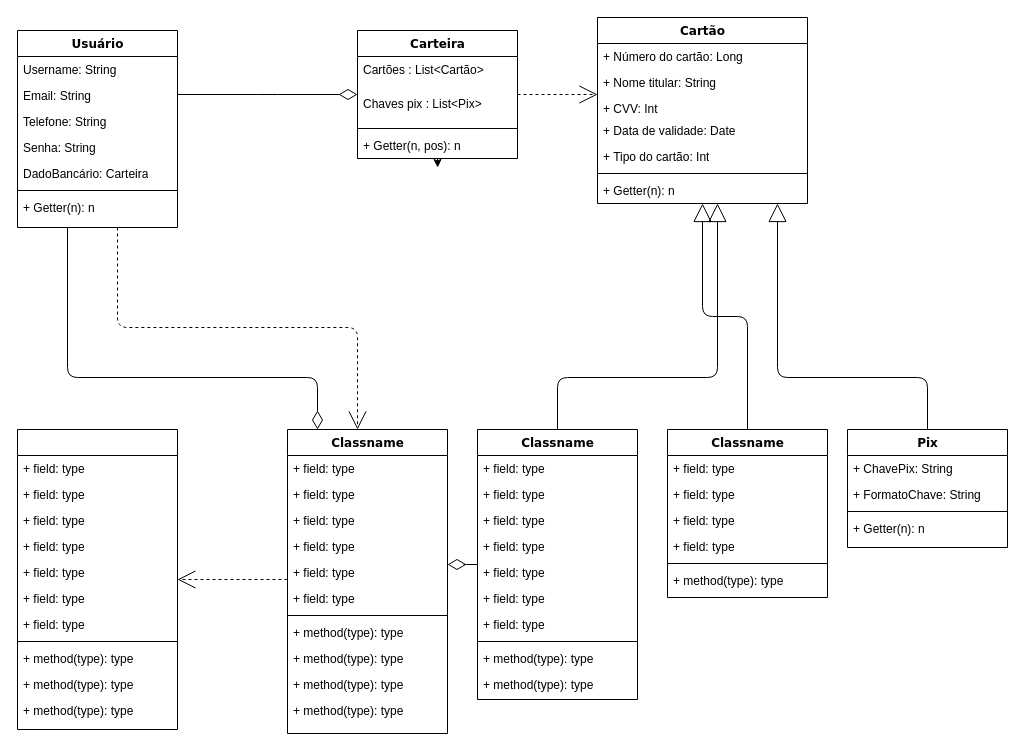
Earlier version of the draw.io diagram Tickets System.drawio (gomesyurii/Evolucao-de-software). Source tidied: cells renumbered, new cells numbered last; positions are measured from the earlier drawing's top-left corner, leaving out a move shared by most shapes. Both pictures are drawn from the tidied source at 100%, with x=0, y=0 at pixel (17, 17).
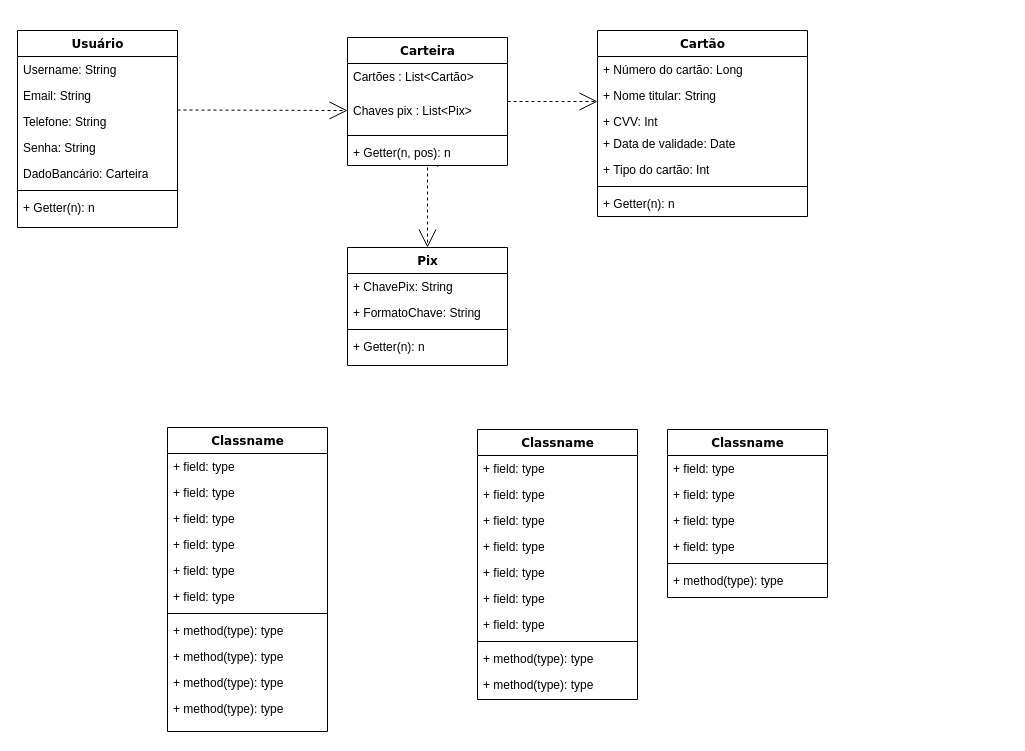
Above is the later version.

Unchanged cells that the change refers to:
```xml
<mxCell id="4" value="Usuário" style="swimlane;html=1;fontStyle=1;align=center;verticalAlign=top;horizontal=1;startSize=26;swimlaneFillColor=#ffffff;rounded=0;shadow=0;comic=0;labelBackgroundColor=none;strokeWidth=1;fillColor=none;fontFamily=Verdana;fontSize=12;" parent="1" vertex="1">
  <mxGeometry y="13" width="160" height="197" as="geometry" />
</mxCell>
<mxCell id="18" value="+ Getter(n, pos): n" style="text;html=1;strokeColor=none;fillColor=none;align=left;verticalAlign=top;spacingLeft=4;spacingRight=4;whiteSpace=wrap;overflow=hidden;points=[[0,0.5],[1,0.5]];portConstraint=eastwest;" parent="14" vertex="1">
  <mxGeometry y="102" width="160" height="26" as="geometry" />
</mxCell>
<mxCell id="54" value="Classname" style="swimlane;html=1;fontStyle=1;align=center;verticalAlign=top;horizontal=1;startSize=26;swimlaneFillColor=#ffffff;rounded=0;shadow=0;comic=0;labelBackgroundColor=none;strokeWidth=1;fillColor=none;fontFamily=Verdana;fontSize=12;" parent="1" vertex="1">
  <mxGeometry x="460" y="412" width="160" height="270" as="geometry" />
</mxCell>
<mxCell id="66" value="Classname" style="swimlane;html=1;fontStyle=1;align=center;verticalAlign=top;horizontal=1;startSize=26;swimlaneFillColor=#ffffff;rounded=0;shadow=0;comic=0;labelBackgroundColor=none;strokeWidth=1;fillColor=none;fontFamily=Verdana;fontSize=12;" parent="1" vertex="1">
  <mxGeometry x="650" y="412" width="160" height="168" as="geometry" />
</mxCell>
```

Change to the diagram source:
```diff
@@
-    <mxCell id="2" style="edgeStyle=orthogonalEdgeStyle;html=1;labelBackgroundColor=none;startFill=0;startSize=8;endArrow=open;endFill=0;endSize=16;fontFamily=Verdana;fontSize=12;dashed=1;" parent="1" edge="1" source="4" target="41">
-      <mxGeometry relative="1" as="geometry">
-        <Array as="points">
-          <mxPoint x="100" y="310" />
-          <mxPoint x="340" y="310" />
-        </Array>
-      </mxGeometry>
-    </mxCell>
-    <mxCell id="3" style="edgeStyle=orthogonalEdgeStyle;html=1;labelBackgroundColor=none;startFill=0;startSize=8;endArrow=diamondThin;endFill=0;endSize=16;fontFamily=Verdana;fontSize=12;" parent="1" edge="1" source="4" target="41">
-      <mxGeometry relative="1" as="geometry">
-        <Array as="points">
-          <mxPoint x="50" y="360" />
-          <mxPoint x="300" y="360" />
-        </Array>
-      </mxGeometry>
-    </mxCell>
@@
     <mxCell id="14" value="Carteira" style="swimlane;html=1;fontStyle=1;align=center;verticalAlign=top;horizontal=1;startSize=26;swimlaneFillColor=#ffffff;rounded=0;shadow=0;comic=0;labelBackgroundColor=none;strokeWidth=1;fillColor=none;fontFamily=Verdana;fontSize=12;" parent="1" vertex="1">
-      <mxGeometry x="340" y="13" width="160" height="128" as="geometry" />
+      <mxGeometry x="330" y="20" width="160" height="128" as="geometry" />
     </mxCell>
@@
     <mxCell id="19" value="Cartão" style="swimlane;html=1;fontStyle=1;align=center;verticalAlign=top;horizontal=1;startSize=26;swimlaneFillColor=#ffffff;rounded=0;shadow=0;comic=0;labelBackgroundColor=none;strokeWidth=1;fillColor=none;fontFamily=Verdana;fontSize=12;" parent="1" vertex="1">
-      <mxGeometry x="580" width="210" height="186" as="geometry" />
+      <mxGeometry x="580" y="13" width="210" height="186" as="geometry" />
     </mxCell>
@@
-    <mxCell id="27" style="edgeStyle=elbowEdgeStyle;html=1;labelBackgroundColor=none;startFill=0;startSize=8;endArrow=open;endFill=0;endSize=16;fontFamily=Verdana;fontSize=12;elbow=vertical;dashed=1;" parent="1" edge="1" source="41" target="28">
-      <mxGeometry relative="1" as="geometry" />
-    </mxCell>
-    <mxCell id="28" style="swimlane;html=1;fontStyle=1;align=center;verticalAlign=top;horizontal=1;startSize=26;swimlaneFillColor=#ffffff;rounded=0;shadow=0;comic=0;labelBackgroundColor=none;strokeWidth=1;fillColor=none;fontFamily=Verdana;fontSize=12;" parent="1" vertex="1">
-      <mxGeometry y="412" width="160" height="300" as="geometry" />
-    </mxCell>
-    <mxCell id="29" value="+ field: type" style="text;html=1;strokeColor=none;fillColor=none;align=left;verticalAlign=top;spacingLeft=4;spacingRight=4;whiteSpace=wrap;overflow=hidden;" parent="28" vertex="1">
-      <mxGeometry y="26" width="160" height="26" as="geometry" />
-    </mxCell>
-    <mxCell id="30" value="+ field: type" style="text;html=1;strokeColor=none;fillColor=none;align=left;verticalAlign=top;spacingLeft=4;spacingRight=4;whiteSpace=wrap;overflow=hidden;" parent="28" vertex="1">
-      <mxGeometry y="52" width="160" height="26" as="geometry" />
-    </mxCell>
-    <mxCell id="31" value="+ field: type" style="text;html=1;strokeColor=none;fillColor=none;align=left;verticalAlign=top;spacingLeft=4;spacingRight=4;whiteSpace=wrap;overflow=hidden;" parent="28" vertex="1">
-      <mxGeometry y="78" width="160" height="26" as="geometry" />
-    </mxCell>
-    <mxCell id="32" value="+ field: type" style="text;html=1;strokeColor=none;fillColor=none;align=left;verticalAlign=top;spacingLeft=4;spacingRight=4;whiteSpace=wrap;overflow=hidden;" parent="28" vertex="1">
-      <mxGeometry y="104" width="160" height="26" as="geometry" />
-    </mxCell>
-    <mxCell id="33" value="+ field: type" style="text;html=1;strokeColor=none;fillColor=none;align=left;verticalAlign=top;spacingLeft=4;spacingRight=4;whiteSpace=wrap;overflow=hidden;" parent="28" vertex="1">
-      <mxGeometry y="130" width="160" height="26" as="geometry" />
-    </mxCell>
-    <mxCell id="34" value="+ field: type" style="text;html=1;strokeColor=none;fillColor=none;align=left;verticalAlign=top;spacingLeft=4;spacingRight=4;whiteSpace=wrap;overflow=hidden;" parent="28" vertex="1">
-      <mxGeometry y="156" width="160" height="26" as="geometry" />
-    </mxCell>
-    <mxCell id="35" value="+ field: type" style="text;html=1;strokeColor=none;fillColor=none;align=left;verticalAlign=top;spacingLeft=4;spacingRight=4;whiteSpace=wrap;overflow=hidden;" parent="28" vertex="1">
-      <mxGeometry y="182" width="160" height="26" as="geometry" />
-    </mxCell>
-    <mxCell id="36" style="line;html=1;strokeWidth=1;fillColor=none;align=left;verticalAlign=middle;spacingTop=-1;spacingLeft=3;spacingRight=3;labelPosition=right;" parent="28" vertex="1">
-      <mxGeometry y="208" width="160" height="8" as="geometry" />
-    </mxCell>
-    <mxCell id="37" value="+ method(type): type" style="text;html=1;strokeColor=none;fillColor=none;align=left;verticalAlign=top;spacingLeft=4;spacingRight=4;whiteSpace=wrap;overflow=hidden;" parent="28" vertex="1">
-      <mxGeometry y="216" width="160" height="26" as="geometry" />
-    </mxCell>
-    <mxCell id="38" value="+ method(type): type" style="text;html=1;strokeColor=none;fillColor=none;align=left;verticalAlign=top;spacingLeft=4;spacingRight=4;whiteSpace=wrap;overflow=hidden;" parent="28" vertex="1">
-      <mxGeometry y="242" width="160" height="26" as="geometry" />
-    </mxCell>
-    <mxCell id="39" value="+ method(type): type" style="text;html=1;strokeColor=none;fillColor=none;align=left;verticalAlign=top;spacingLeft=4;spacingRight=4;whiteSpace=wrap;overflow=hidden;" parent="28" vertex="1">
-      <mxGeometry y="268" width="160" height="26" as="geometry" />
-    </mxCell>
-    <mxCell id="40" style="edgeStyle=elbowEdgeStyle;html=1;labelBackgroundColor=none;startFill=0;startSize=8;endArrow=diamondThin;endFill=0;endSize=16;fontFamily=Verdana;fontSize=12;elbow=vertical;" parent="1" edge="1" source="54" target="41">
-      <mxGeometry relative="1" as="geometry" />
-    </mxCell>
     <mxCell id="41" value="Classname" style="swimlane;html=1;fontStyle=1;align=center;verticalAlign=top;horizontal=1;startSize=26;swimlaneFillColor=#ffffff;rounded=0;shadow=0;comic=0;labelBackgroundColor=none;strokeWidth=1;fillColor=none;fontFamily=Verdana;fontSize=12;" parent="1" vertex="1">
-      <mxGeometry x="270" y="412" width="160" height="304" as="geometry" />
+      <mxGeometry x="150" y="410" width="160" height="304" as="geometry" />
     </mxCell>
@@
-    <mxCell id="53" style="edgeStyle=orthogonalEdgeStyle;html=1;labelBackgroundColor=none;startFill=0;startSize=8;endArrow=block;endFill=0;endSize=16;fontFamily=Verdana;fontSize=12;" parent="1" edge="1" source="54" target="19">
-      <mxGeometry relative="1" as="geometry">
-        <Array as="points">
-          <mxPoint x="540" y="360" />
-          <mxPoint x="700" y="360" />
-        </Array>
-      </mxGeometry>
-    </mxCell>
@@
-    <mxCell id="65" style="edgeStyle=orthogonalEdgeStyle;html=1;labelBackgroundColor=none;startFill=0;startSize=8;endArrow=block;endFill=0;endSize=16;fontFamily=Verdana;fontSize=12;" parent="1" edge="1" source="66" target="19">
-      <mxGeometry relative="1" as="geometry" />
-    </mxCell>
@@
-    <mxCell id="73" style="edgeStyle=orthogonalEdgeStyle;html=1;labelBackgroundColor=none;startFill=0;startSize=8;endArrow=block;endFill=0;endSize=16;fontFamily=Verdana;fontSize=12;" parent="1" edge="1" source="74" target="19">
-      <mxGeometry relative="1" as="geometry">
-        <Array as="points">
-          <mxPoint x="910" y="360" />
-          <mxPoint x="760" y="360" />
-        </Array>
-      </mxGeometry>
-    </mxCell>
     <mxCell id="74" value="Pix" style="swimlane;html=1;fontStyle=1;align=center;verticalAlign=top;horizontal=1;startSize=26;swimlaneFillColor=#ffffff;rounded=0;shadow=0;comic=0;labelBackgroundColor=none;strokeWidth=1;fillColor=none;fontFamily=Verdana;fontSize=12;" parent="1" vertex="1">
-      <mxGeometry x="830" y="412" width="160" height="118" as="geometry" />
+      <mxGeometry x="330" y="230" width="160" height="118" as="geometry" />
     </mxCell>
@@
-    <mxCell id="79" style="edgeStyle=elbowEdgeStyle;html=1;labelBackgroundColor=none;startFill=0;startSize=8;endArrow=diamondThin;endFill=0;endSize=16;fontFamily=Verdana;fontSize=12;elbow=vertical;" parent="1" edge="1" source="4" target="14">
-      <mxGeometry relative="1" as="geometry" />
-    </mxCell>
+    <mxCell id="80" style="edgeStyle=elbowEdgeStyle;html=1;labelBackgroundColor=none;startFill=0;startSize=8;endArrow=open;endFill=0;endSize=16;fontFamily=Verdana;fontSize=12;elbow=vertical;dashed=1;" parent="1" edge="1">
+      <mxGeometry relative="1" as="geometry">
+        <mxPoint x="160" y="92.5" as="sourcePoint" />
+        <mxPoint x="330" y="93" as="targetPoint" />
+      </mxGeometry>
+    </mxCell>
+    <mxCell id="81" style="edgeStyle=elbowEdgeStyle;html=1;labelBackgroundColor=none;startFill=0;startSize=8;endArrow=open;endFill=0;endSize=16;fontFamily=Verdana;fontSize=12;elbow=vertical;dashed=1;exitX=0.5;exitY=1.077;exitDx=0;exitDy=0;exitPerimeter=0;entryX=0.5;entryY=0;entryDx=0;entryDy=0;" parent="1" edge="1" source="18" target="74">
+      <mxGeometry relative="1" as="geometry" />
+    </mxCell>
```
